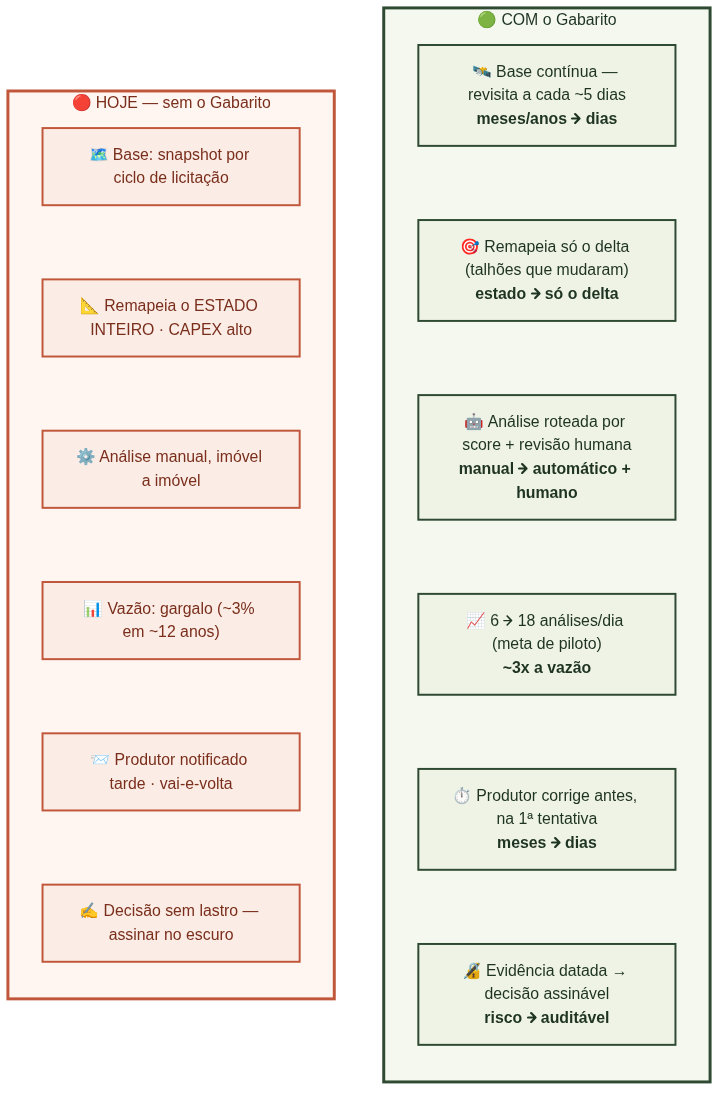
Earlier version of the Mermaid export diagrams/fluxo_03_comparativo.png (n0tjohnny/ruralistas-solucao). Its source is kept beside it as diagrams/fluxo_03_comparativo.mmd.
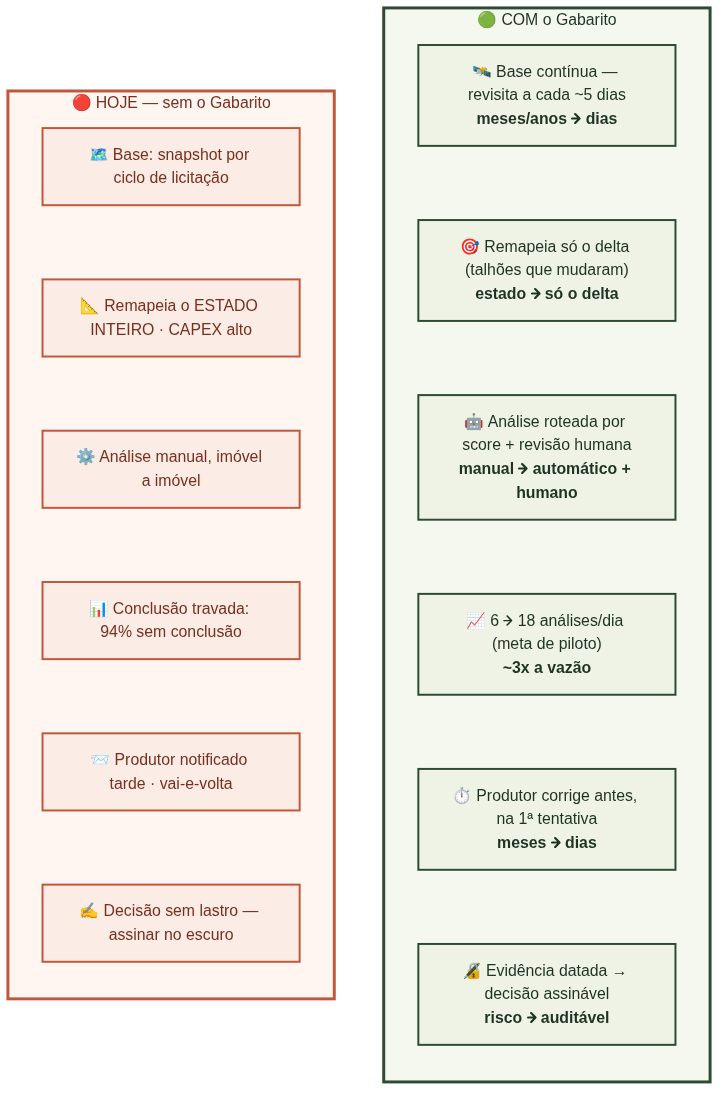
After the change.

The edit, as a diff of the source:
```diff
@@ -4,7 +4,7 @@
         H1["🗺️ Base: snapshot por ciclo de licitação"]
         H2["📐 Remapeia o ESTADO INTEIRO · CAPEX alto"]
         H3["⚙️ Análise manual, imóvel a imóvel"]
-        H4["📊 Vazão: gargalo (~3% em ~12 anos)"]
+        H4["📊 Conclusão travada: 94% sem conclusão"]
         H5["📨 Produtor notificado tarde · vai-e-volta"]
         H6["✍️ Decisão sem lastro — assinar no escuro"]
         H1 ~~~ H2 ~~~ H3 ~~~ H4 ~~~ H5 ~~~ H6
```
